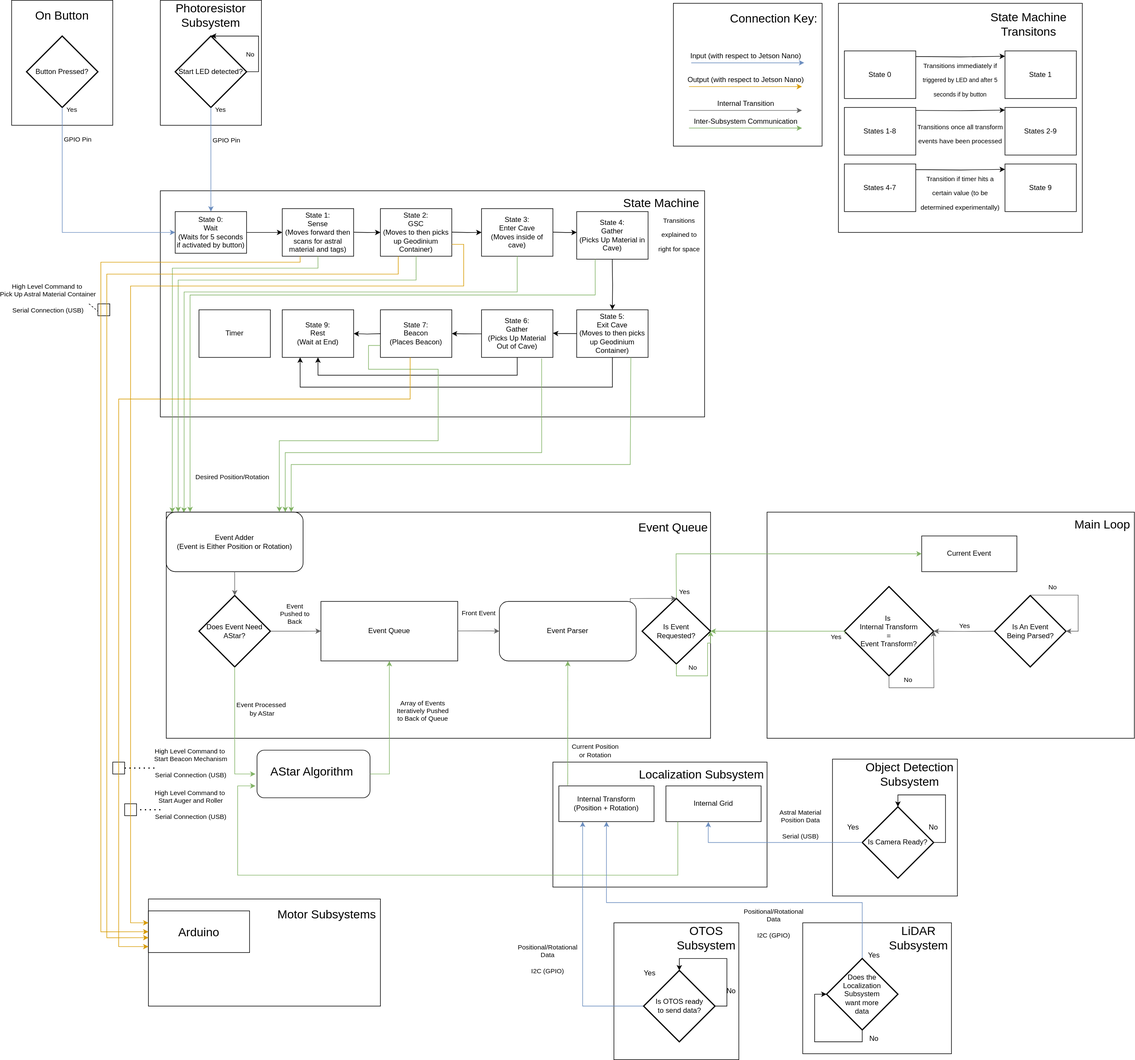
This is Documentation/Images/NavigationAndMasterControl/MasterControlFlowChart.svg from ACruz-42/F24_Team1_CapstoneDemo, a draw.io export, as it was before one commit. Source tidied: cells renumbered, new cells last; positions are measured from the earlier drawing's top-left corner, leaving out a move shared by most shapes.
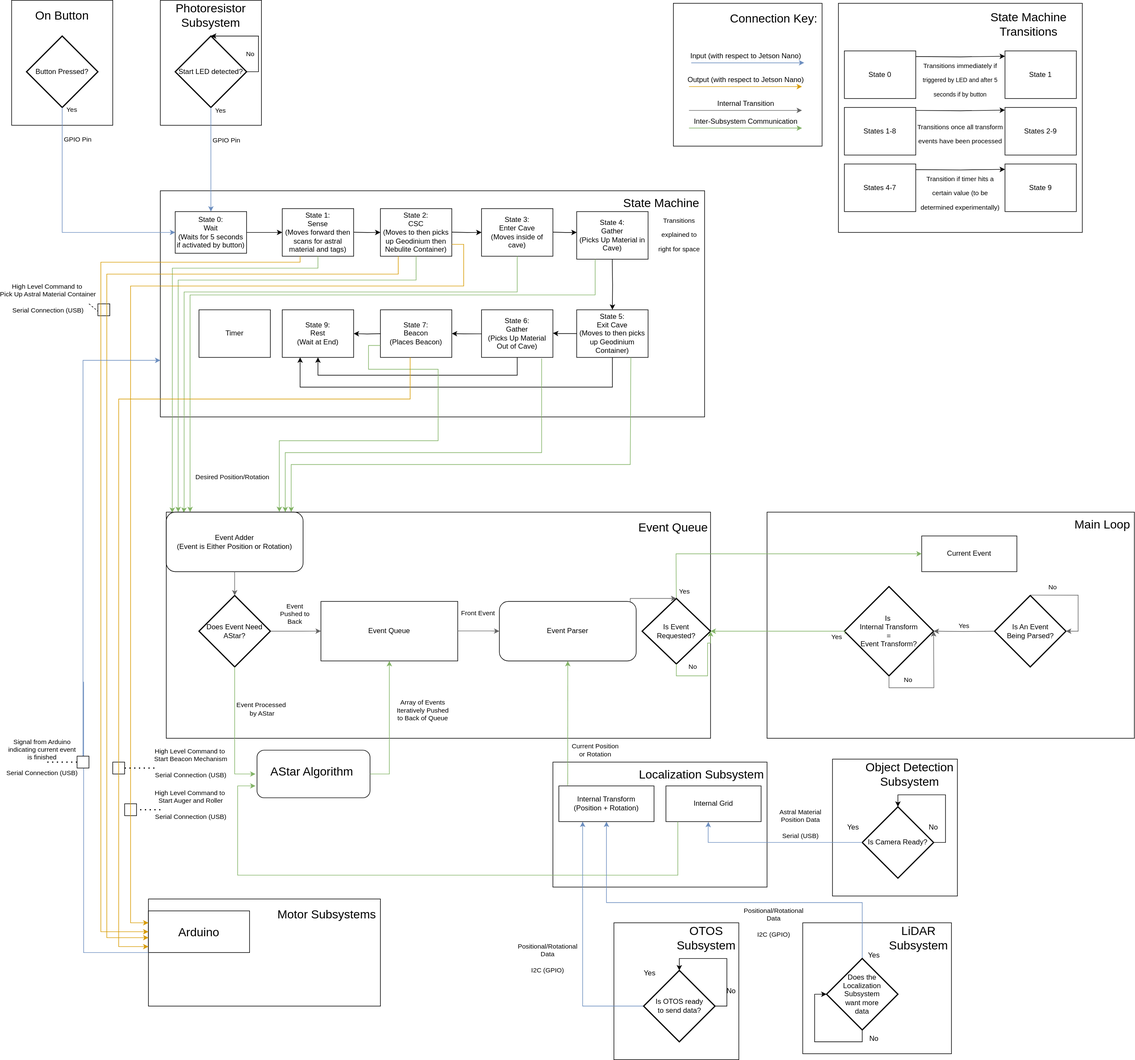
After the commit.

Commit message:
Updated Operational Flow Chart

What changed in the source:
```diff
@@ -70,6 +70,11 @@
         <mxPoint x="-35" y="1110" as="offset" />
       </mxGeometry>
     </mxCell>
+    <mxCell id="155" value="Signal from Arduino&lt;div&gt;indicating current event&lt;/div&gt;&lt;div&gt;is finished&lt;br&gt;&lt;div&gt;&lt;div&gt;&lt;br&gt;&lt;/div&gt;&lt;div&gt;Serial Connection (USB)&lt;/div&gt;&lt;/div&gt;&lt;/div&gt;" style="edgeLabel;html=1;align=center;verticalAlign=middle;" parent="12" vertex="1">
+      <mxGeometry x="-0.31" relative="1" as="geometry">
+        <mxPoint x="-285" y="1030" as="offset" />
+      </mxGeometry>
+    </mxCell>
     <mxCell id="20" style="edgeStyle=orthogonalEdgeStyle;rounded=0;jettySize=auto;html=1;entryX=0.5;entryY=0;entryDx=0;entryDy=0;entryPerimeter=0;" parent="1" edge="1" target="11">
       <mxGeometry relative="1" as="geometry">
         <mxPoint x="394.7" y="120" as="sourcePoint" />
@@ -111,7 +116,7 @@
         <mxPoint x="15" y="-110" as="offset" />
       </mxGeometry>
     </mxCell>
-    <mxCell id="29" value="State 2:&lt;div&gt;GSC&lt;/div&gt;&lt;div&gt;(Moves to then picks up Geodinium Container)&lt;/div&gt;" style="whiteSpace=wrap;html=1;" parent="1" vertex="1">
+    <mxCell id="29" value="State 2:&lt;div&gt;CSC&lt;/div&gt;&lt;div&gt;(Moves to then picks up Geodinium then Nebulite Container)&lt;/div&gt;" style="whiteSpace=wrap;html=1;" parent="1" vertex="1">
       <mxGeometry x="620" y="350" width="120" height="80" as="geometry" />
     </mxCell>
     <mxCell id="30" style="edgeStyle=orthogonalEdgeStyle;rounded=0;jettySize=auto;html=1;exitX=1;exitY=0.5;exitDx=0;exitDy=0;entryX=0;entryY=0.5;entryDx=0;entryDy=0;" parent="1" edge="1" target="29">
@@ -323,7 +328,7 @@
     <mxCell id="66" style="whiteSpace=wrap;html=1;" parent="1" vertex="1">
       <mxGeometry x="1390" y="5" width="410" height="385" as="geometry" />
     </mxCell>
-    <mxCell id="67" value="State Machine Transitons" style="text;strokeColor=none;align=center;fillColor=none;html=1;verticalAlign=middle;whiteSpace=wrap;rounded=0;fontSize=20;" parent="1" vertex="1">
+    <mxCell id="67" value="State Machine Transitions" style="text;strokeColor=none;align=center;fillColor=none;html=1;verticalAlign=middle;whiteSpace=wrap;rounded=0;fontSize=20;" parent="1" vertex="1">
       <mxGeometry x="1620" y="15" width="180" height="50" as="geometry" />
     </mxCell>
     <mxCell id="68" style="edgeStyle=orthogonalEdgeStyle;rounded=0;jettySize=auto;html=1;exitX=0.5;exitY=1;exitDx=0;exitDy=0;entryX=0.5;entryY=1;entryDx=0;entryDy=0;" parent="1" edge="1" source="49" target="51">
@@ -768,5 +773,31 @@
         </Array>
       </mxGeometry>
     </mxCell>
+    <mxCell id="156" style="edgeStyle=orthogonalEdgeStyle;rounded=0;jettySize=auto;html=1;exitX=0;exitY=1;exitDx=0;exitDy=0;fillColor=#dae8fc;strokeColor=#6c8ebf;entryX=0;entryY=0.75;entryDx=0;entryDy=0;" parent="1" edge="1" source="159" target="6">
+      <mxGeometry relative="1" as="geometry">
+        <Array as="points">
+          <mxPoint x="120" y="1290" />
+          <mxPoint x="120" y="605" />
+        </Array>
+      </mxGeometry>
+    </mxCell>
+    <mxCell id="157" style="endArrow=none;dashed=1;html=1;dashPattern=1 3;strokeWidth=2;rounded=0;entryX=1;entryY=0.5;entryDx=0;entryDy=0;" parent="1" edge="1" target="159">
+      <mxGeometry relative="1" as="geometry">
+        <mxPoint x="60" y="1280" as="sourcePoint" />
+      </mxGeometry>
+    </mxCell>
+    <mxCell id="158" style="edgeStyle=orthogonalEdgeStyle;rounded=0;jettySize=auto;html=1;exitX=0;exitY=1;exitDx=0;exitDy=0;fillColor=#dae8fc;strokeColor=#6c8ebf;entryX=0;entryY=0.75;entryDx=0;entryDy=0;" parent="1" edge="1" source="41" target="159">
+      <mxGeometry relative="1" as="geometry">
+        <Array as="points">
+          <mxPoint x="121" y="1600" />
+          <mxPoint x="121" y="1145" />
+          <mxPoint x="120" y="1145" />
+          <mxPoint x="120" y="1285" />
+        </Array>
+      </mxGeometry>
+    </mxCell>
+    <mxCell id="159" style="whiteSpace=wrap;html=1;" parent="1" vertex="1">
+      <mxGeometry x="110" y="1270" width="20" height="20" as="geometry" />
+    </mxCell>
   </root>
 </mxGraphModel>
```
